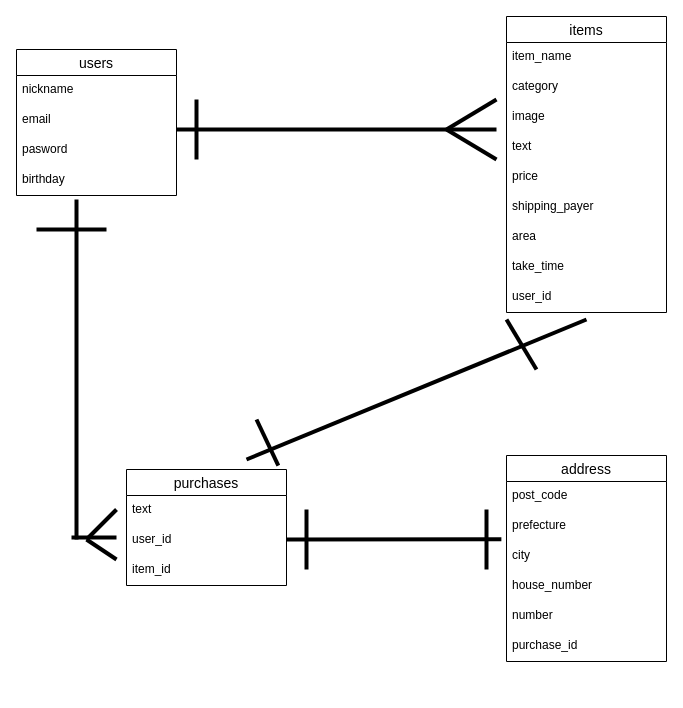
The draw.io diagram ER.dio in tyo6ra6/furima-38501, before the edit. Source tidied: cells renumbered, new cells numbered last; positions are measured from the earlier drawing's top-left corner, leaving out a move shared by most shapes. Both pictures are drawn from the tidied source at 100%, with x=0, y=0 at pixel (16, 16).
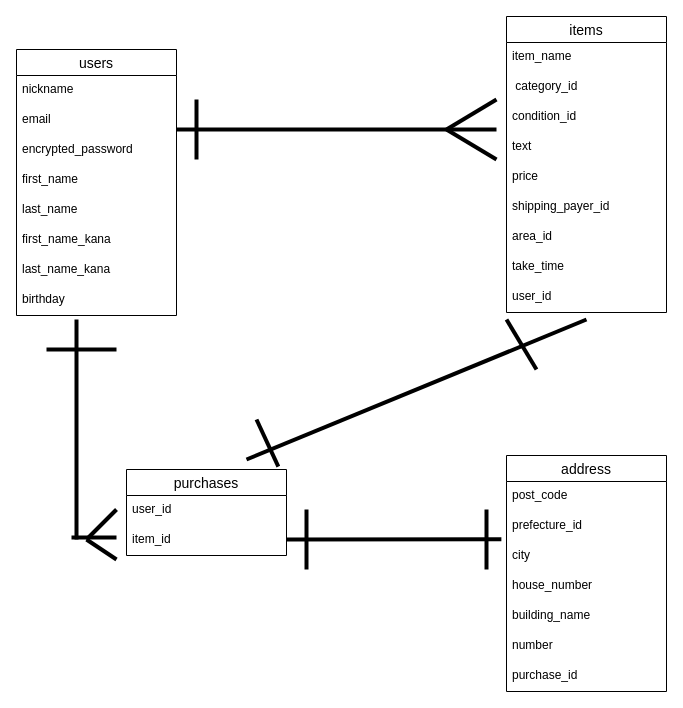
The same page after the edit.

Commit message (it also covers changes not shown here):
レビュの修正3

The change refers to these unchanged cells:
```xml
<mxCell id="7" value="items" style="swimlane;fontStyle=0;horizontal=1;startSize=26;align=center;fontSize=14;" parent="1" vertex="1">
  <mxGeometry x="490" width="160" height="296" as="geometry" />
</mxCell>
```

Change to the diagram source:
```diff
@@
     <mxCell id="2" value="users" style="swimlane;fontStyle=0;horizontal=1;startSize=26;align=center;fontSize=14;" parent="1" vertex="1">
-      <mxGeometry y="33" width="160" height="146" as="geometry" />
+      <mxGeometry y="33" width="160" height="266" as="geometry" />
     </mxCell>
@@
-    <mxCell id="5" value="pasword" style="text;strokeColor=none;fillColor=none;spacingLeft=4;spacingRight=4;overflow=hidden;fontSize=12;" parent="2" vertex="1">
+    <mxCell id="5" value="encrypted_password" style="text;strokeColor=none;fillColor=none;spacingLeft=4;spacingRight=4;overflow=hidden;fontSize=12;" parent="2" vertex="1">
       <mxGeometry y="86" width="160" height="30" as="geometry" />
     </mxCell>
+    <mxCell id="43" value="first_name " style="text;strokeColor=none;fillColor=none;spacingLeft=4;spacingRight=4;overflow=hidden;fontSize=12;" parent="2" vertex="1">
+      <mxGeometry y="116" width="160" height="30" as="geometry" />
+    </mxCell>
+    <mxCell id="44" value=" last_name" style="text;strokeColor=none;fillColor=none;spacingLeft=4;spacingRight=4;overflow=hidden;fontSize=12;" parent="2" vertex="1">
+      <mxGeometry y="146" width="160" height="30" as="geometry" />
+    </mxCell>
+    <mxCell id="45" value="first_name_kana " style="text;strokeColor=none;fillColor=none;spacingLeft=4;spacingRight=4;overflow=hidden;fontSize=12;" parent="2" vertex="1">
+      <mxGeometry y="176" width="160" height="30" as="geometry" />
+    </mxCell>
+    <mxCell id="46" value="last_name_kana " style="text;strokeColor=none;fillColor=none;spacingLeft=4;spacingRight=4;overflow=hidden;fontSize=12;" parent="2" vertex="1">
+      <mxGeometry y="206" width="160" height="30" as="geometry" />
+    </mxCell>
     <mxCell id="6" value="birthday" style="text;strokeColor=none;fillColor=none;spacingLeft=4;spacingRight=4;overflow=hidden;fontSize=12;" parent="2" vertex="1">
-      <mxGeometry y="116" width="160" height="30" as="geometry" />
+      <mxGeometry y="236" width="160" height="30" as="geometry" />
     </mxCell>
@@
-    <mxCell id="9" value="category" style="text;strokeColor=none;fillColor=none;spacingLeft=4;spacingRight=4;overflow=hidden;fontSize=12;" parent="7" vertex="1">
+    <mxCell id="9" value=" category_id" style="text;strokeColor=none;fillColor=none;spacingLeft=4;spacingRight=4;overflow=hidden;fontSize=12;" parent="7" vertex="1">
       <mxGeometry y="56" width="160" height="30" as="geometry" />
     </mxCell>
-    <mxCell id="10" value="image" style="text;strokeColor=none;fillColor=none;spacingLeft=4;spacingRight=4;overflow=hidden;fontSize=12;" parent="7" vertex="1">
+    <mxCell id="10" value="condition_id" style="text;strokeColor=none;fillColor=none;spacingLeft=4;spacingRight=4;overflow=hidden;fontSize=12;" parent="7" vertex="1">
       <mxGeometry y="86" width="160" height="30" as="geometry" />
     </mxCell>
@@
-    <mxCell id="13" value="shipping_payer" style="text;strokeColor=none;fillColor=none;spacingLeft=4;spacingRight=4;overflow=hidden;fontSize=12;" parent="7" vertex="1">
+    <mxCell id="13" value=" shipping_payer_id" style="text;strokeColor=none;fillColor=none;spacingLeft=4;spacingRight=4;overflow=hidden;fontSize=12;" parent="7" vertex="1">
       <mxGeometry y="176" width="160" height="30" as="geometry" />
     </mxCell>
-    <mxCell id="14" value="area" style="text;strokeColor=none;fillColor=none;spacingLeft=4;spacingRight=4;overflow=hidden;fontSize=12;" parent="7" vertex="1">
+    <mxCell id="14" value="area_id " style="text;strokeColor=none;fillColor=none;spacingLeft=4;spacingRight=4;overflow=hidden;fontSize=12;" parent="7" vertex="1">
       <mxGeometry y="206" width="160" height="30" as="geometry" />
     </mxCell>
@@
     <mxCell id="17" value="purchases" style="swimlane;fontStyle=0;horizontal=1;startSize=26;align=center;fontSize=14;" parent="1" vertex="1">
-      <mxGeometry x="110" y="453" width="160" height="116" as="geometry" />
+      <mxGeometry x="110" y="453" width="160" height="86" as="geometry" />
     </mxCell>
-    <mxCell id="18" value="text" style="text;strokeColor=none;fillColor=none;spacingLeft=4;spacingRight=4;overflow=hidden;fontSize=12;" parent="17" vertex="1">
-      <mxGeometry y="26" width="160" height="30" as="geometry" />
-    </mxCell>
     <mxCell id="19" value="user_id" style="text;strokeColor=none;fillColor=none;spacingLeft=4;spacingRight=4;overflow=hidden;fontSize=12;" parent="17" vertex="1">
-      <mxGeometry y="56" width="160" height="30" as="geometry" />
+      <mxGeometry y="26" width="160" height="30" as="geometry" />
     </mxCell>
     <mxCell id="20" value="item_id" style="text;strokeColor=none;fillColor=none;spacingLeft=4;spacingRight=4;overflow=hidden;fontSize=12;" parent="17" vertex="1">
-      <mxGeometry y="86" width="160" height="30" as="geometry" />
+      <mxGeometry y="56" width="160" height="30" as="geometry" />
     </mxCell>
     <mxCell id="21" value="address" style="swimlane;fontStyle=0;horizontal=1;startSize=26;align=center;fontSize=14;" parent="1" vertex="1">
-      <mxGeometry x="490" y="439" width="160" height="206" as="geometry" />
+      <mxGeometry x="490" y="439" width="160" height="236" as="geometry" />
     </mxCell>
@@
-    <mxCell id="23" value="prefecture" style="text;strokeColor=none;fillColor=none;spacingLeft=4;spacingRight=4;overflow=hidden;points=[[0,0.5],[1,0.5]];portConstraint=eastwest;fontSize=12;" parent="21" vertex="1">
+    <mxCell id="23" value="prefecture_id" style="text;strokeColor=none;fillColor=none;spacingLeft=4;spacingRight=4;overflow=hidden;points=[[0,0.5],[1,0.5]];portConstraint=eastwest;fontSize=12;" parent="21" vertex="1">
       <mxGeometry y="56" width="160" height="30" as="geometry" />
     </mxCell>
@@
+    <mxCell id="47" value="building_name" style="text;strokeColor=none;fillColor=none;spacingLeft=4;spacingRight=4;overflow=hidden;fontSize=12;" parent="21" vertex="1">
+      <mxGeometry y="146" width="160" height="30" as="geometry" />
+    </mxCell>
     <mxCell id="26" value="number" style="text;strokeColor=none;fillColor=none;spacingLeft=4;spacingRight=4;overflow=hidden;fontSize=12;" parent="21" vertex="1">
-      <mxGeometry y="146" width="160" height="30" as="geometry" />
+      <mxGeometry y="176" width="160" height="30" as="geometry" />
     </mxCell>
     <mxCell id="27" value="purchase_id" style="text;strokeColor=none;fillColor=none;spacingLeft=4;spacingRight=4;overflow=hidden;fontSize=12;" parent="21" vertex="1">
-      <mxGeometry y="176" width="160" height="30" as="geometry" />
+      <mxGeometry y="206" width="160" height="30" as="geometry" />
     </mxCell>
@@
     <mxCell id="32" style="endArrow=none;html=1;rounded=0;strokeWidth=4;" parent="1" edge="1">
       <mxGeometry relative="1" as="geometry">
-        <mxPoint x="60" y="183" as="sourcePoint" />
+        <mxPoint x="60" y="303" as="sourcePoint" />
         <mxPoint x="60" y="523" as="targetPoint" />
       </mxGeometry>
     </mxCell>
@@
     <mxCell id="40" style="endArrow=none;html=1;rounded=0;strokeWidth=4;" parent="1" edge="1">
       <mxGeometry relative="1" as="geometry">
-        <mxPoint x="90" y="213" as="sourcePoint" />
-        <mxPoint x="20" y="213" as="targetPoint" />
+        <mxPoint x="100" y="333" as="sourcePoint" />
+        <mxPoint x="30" y="333" as="targetPoint" />
       </mxGeometry>
     </mxCell>
```
